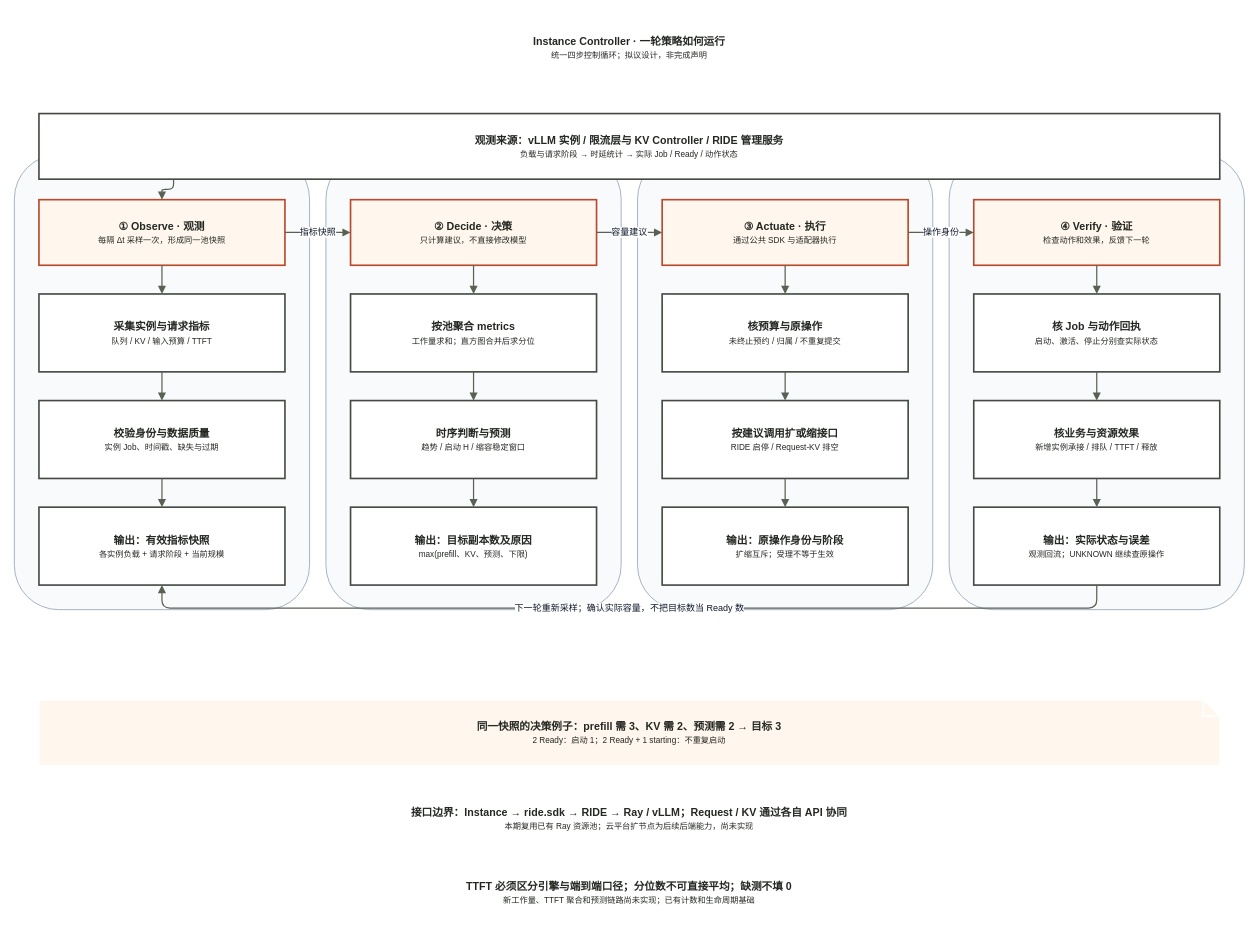
This is docs/rfcs/assets/0001-controller-workflow.drawio from vLLM-HUST/ride, a draw.io file, before an edit. Source tidied: cells renumbered, new cells numbered last; positions are measured from the earlier drawing's top-left corner, leaving out a move shared by most shapes. Both pictures are drawn from the tidied source at 82%, with x=0, y=0 at pixel (14, 15).
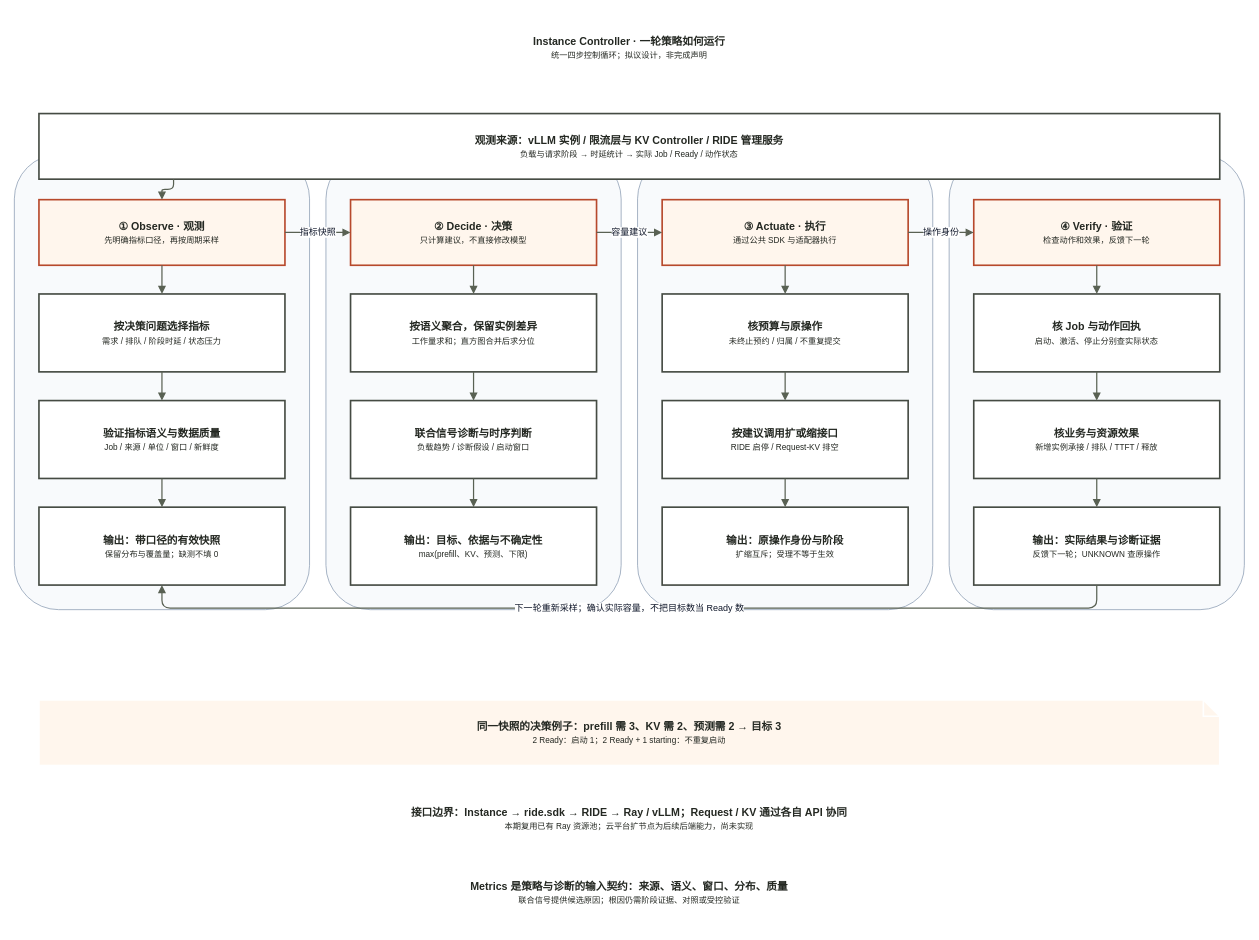
The same page after the edit.

Commit message (it also covers changes not shown here):
docs: make metrics contracts and evidence-based diagnosis central to autoscaling

What changed in the source:
```diff
@@
-    <mxCell id="8" value="&lt;b&gt;① Observe · 观测&lt;/b&gt;&lt;br&gt;&lt;font style=&quot;font-size:10px&quot;&gt;每隔 Δt 采样一次，形成同一池快照&lt;/font&gt;" style="whiteSpace=wrap;html=1;rounded=0;arcSize=12;fillColor=#fff6ed;strokeColor=#b7492c;strokeWidth=2;fontColor=#242822;fontSize=13;align=center;verticalAlign=middle;spacing=8;shape=rectangle;" parent="1" vertex="1">
+    <mxCell id="8" value="&lt;b&gt;① Observe · 观测&lt;/b&gt;&lt;br&gt;&lt;font style=&quot;font-size:10px&quot;&gt;先明确指标口径，再按周期采样&lt;/font&gt;" style="whiteSpace=wrap;html=1;rounded=0;arcSize=12;fillColor=#fff6ed;strokeColor=#b7492c;strokeWidth=2;fontColor=#242822;fontSize=13;align=center;verticalAlign=middle;spacing=8;shape=rectangle;" parent="1" vertex="1">
       <mxGeometry x="30" y="225" width="300" height="80" as="geometry" />
     </mxCell>
-    <mxCell id="9" value="&lt;b&gt;采集实例与请求指标&lt;/b&gt;&lt;br&gt;&lt;font style=&quot;font-size:10px&quot;&gt;队列 / KV / 输入预算 / TTFT&lt;/font&gt;" style="whiteSpace=wrap;html=1;rounded=0;arcSize=12;fillColor=#ffffff;strokeColor=#454b43;strokeWidth=2;fontColor=#242822;fontSize=13;align=center;verticalAlign=middle;spacing=8;shape=rectangle;" parent="1" vertex="1">
+    <mxCell id="9" value="&lt;b&gt;按决策问题选择指标&lt;/b&gt;&lt;br&gt;&lt;font style=&quot;font-size:10px&quot;&gt;需求 / 排队 / 阶段时延 / 状态压力&lt;/font&gt;" style="whiteSpace=wrap;html=1;rounded=0;arcSize=12;fillColor=#ffffff;strokeColor=#454b43;strokeWidth=2;fontColor=#242822;fontSize=13;align=center;verticalAlign=middle;spacing=8;shape=rectangle;" parent="1" vertex="1">
       <mxGeometry x="30" y="340" width="300" height="95" as="geometry" />
     </mxCell>
-    <mxCell id="10" value="&lt;b&gt;校验身份与数据质量&lt;/b&gt;&lt;br&gt;&lt;font style=&quot;font-size:10px&quot;&gt;实例 Job、时间戳、缺失与过期&lt;/font&gt;" style="whiteSpace=wrap;html=1;rounded=0;arcSize=12;fillColor=#ffffff;strokeColor=#454b43;strokeWidth=2;fontColor=#242822;fontSize=13;align=center;verticalAlign=middle;spacing=8;shape=rectangle;" parent="1" vertex="1">
+    <mxCell id="10" value="&lt;b&gt;验证指标语义与数据质量&lt;/b&gt;&lt;br&gt;&lt;font style=&quot;font-size:10px&quot;&gt;Job / 来源 / 单位 / 窗口 / 新鲜度&lt;/font&gt;" style="whiteSpace=wrap;html=1;rounded=0;arcSize=12;fillColor=#ffffff;strokeColor=#454b43;strokeWidth=2;fontColor=#242822;fontSize=13;align=center;verticalAlign=middle;spacing=8;shape=rectangle;" parent="1" vertex="1">
       <mxGeometry x="30" y="470" width="300" height="95" as="geometry" />
     </mxCell>
-    <mxCell id="11" value="&lt;b&gt;输出：有效指标快照&lt;/b&gt;&lt;br&gt;&lt;font style=&quot;font-size:10px&quot;&gt;各实例负载 + 请求阶段 + 当前规模&lt;/font&gt;" style="whiteSpace=wrap;html=1;rounded=0;arcSize=12;fillColor=#ffffff;strokeColor=#454b43;strokeWidth=2;fontColor=#242822;fontSize=13;align=center;verticalAlign=middle;spacing=8;shape=rectangle;" parent="1" vertex="1">
+    <mxCell id="11" value="&lt;b&gt;输出：带口径的有效快照&lt;/b&gt;&lt;br&gt;&lt;font style=&quot;font-size:10px&quot;&gt;保留分布与覆盖量；缺测不填 0&lt;/font&gt;" style="whiteSpace=wrap;html=1;rounded=0;arcSize=12;fillColor=#ffffff;strokeColor=#454b43;strokeWidth=2;fontColor=#242822;fontSize=13;align=center;verticalAlign=middle;spacing=8;shape=rectangle;" parent="1" vertex="1">
       <mxGeometry x="30" y="600" width="300" height="95" as="geometry" />
     </mxCell>
@@
-    <mxCell id="13" value="&lt;b&gt;按池聚合 metrics&lt;/b&gt;&lt;br&gt;&lt;font style=&quot;font-size:10px&quot;&gt;工作量求和；直方图合并后求分位&lt;/font&gt;" style="whiteSpace=wrap;html=1;rounded=0;arcSize=12;fillColor=#ffffff;strokeColor=#454b43;strokeWidth=2;fontColor=#242822;fontSize=13;align=center;verticalAlign=middle;spacing=8;shape=rectangle;" parent="1" vertex="1">
+    <mxCell id="13" value="&lt;b&gt;按语义聚合，保留实例差异&lt;/b&gt;&lt;br&gt;&lt;font style=&quot;font-size:10px&quot;&gt;工作量求和；直方图合并后求分位&lt;/font&gt;" style="whiteSpace=wrap;html=1;rounded=0;arcSize=12;fillColor=#ffffff;strokeColor=#454b43;strokeWidth=2;fontColor=#242822;fontSize=13;align=center;verticalAlign=middle;spacing=8;shape=rectangle;" parent="1" vertex="1">
       <mxGeometry x="410" y="340" width="300" height="95" as="geometry" />
     </mxCell>
-    <mxCell id="14" value="&lt;b&gt;时序判断与预测&lt;/b&gt;&lt;br&gt;&lt;font style=&quot;font-size:10px&quot;&gt;趋势 / 启动 H / 缩容稳定窗口&lt;/font&gt;" style="whiteSpace=wrap;html=1;rounded=0;arcSize=12;fillColor=#ffffff;strokeColor=#454b43;strokeWidth=2;fontColor=#242822;fontSize=13;align=center;verticalAlign=middle;spacing=8;shape=rectangle;" parent="1" vertex="1">
+    <mxCell id="14" value="&lt;b&gt;联合信号诊断与时序判断&lt;/b&gt;&lt;br&gt;&lt;font style=&quot;font-size:10px&quot;&gt;负载趋势 / 诊断假设 / 启动窗口&lt;/font&gt;" style="whiteSpace=wrap;html=1;rounded=0;arcSize=12;fillColor=#ffffff;strokeColor=#454b43;strokeWidth=2;fontColor=#242822;fontSize=13;align=center;verticalAlign=middle;spacing=8;shape=rectangle;" parent="1" vertex="1">
       <mxGeometry x="410" y="470" width="300" height="95" as="geometry" />
     </mxCell>
-    <mxCell id="15" value="&lt;b&gt;输出：目标副本数及原因&lt;/b&gt;&lt;br&gt;&lt;font style=&quot;font-size:10px&quot;&gt;max(prefill、KV、预测、下限)&lt;/font&gt;" style="whiteSpace=wrap;html=1;rounded=0;arcSize=12;fillColor=#ffffff;strokeColor=#454b43;strokeWidth=2;fontColor=#242822;fontSize=13;align=center;verticalAlign=middle;spacing=8;shape=rectangle;" parent="1" vertex="1">
+    <mxCell id="15" value="&lt;b&gt;输出：目标、依据与不确定性&lt;/b&gt;&lt;br&gt;&lt;font style=&quot;font-size:10px&quot;&gt;max(prefill、KV、预测、下限)&lt;/font&gt;" style="whiteSpace=wrap;html=1;rounded=0;arcSize=12;fillColor=#ffffff;strokeColor=#454b43;strokeWidth=2;fontColor=#242822;fontSize=13;align=center;verticalAlign=middle;spacing=8;shape=rectangle;" parent="1" vertex="1">
       <mxGeometry x="410" y="600" width="300" height="95" as="geometry" />
     </mxCell>
@@
-    <mxCell id="23" value="&lt;b&gt;输出：实际状态与误差&lt;/b&gt;&lt;br&gt;&lt;font style=&quot;font-size:10px&quot;&gt;观测回流；UNKNOWN 继续查原操作&lt;/font&gt;" style="whiteSpace=wrap;html=1;rounded=0;arcSize=12;fillColor=#ffffff;strokeColor=#454b43;strokeWidth=2;fontColor=#242822;fontSize=13;align=center;verticalAlign=middle;spacing=8;shape=rectangle;" parent="1" vertex="1">
+    <mxCell id="23" value="&lt;b&gt;输出：实际结果与诊断证据&lt;/b&gt;&lt;br&gt;&lt;font style=&quot;font-size:10px&quot;&gt;反馈下一轮；UNKNOWN 查原操作&lt;/font&gt;" style="whiteSpace=wrap;html=1;rounded=0;arcSize=12;fillColor=#ffffff;strokeColor=#454b43;strokeWidth=2;fontColor=#242822;fontSize=13;align=center;verticalAlign=middle;spacing=8;shape=rectangle;" parent="1" vertex="1">
       <mxGeometry x="1170" y="600" width="300" height="95" as="geometry" />
     </mxCell>
@@
-    <mxCell id="26" value="&lt;b&gt;TTFT 必须区分引擎与端到端口径；分位数不可直接平均；缺测不填 0&lt;/b&gt;&lt;br&gt;&lt;font style=&quot;font-size:10px&quot;&gt;新工作量、TTFT 聚合和预测链路尚未实现；已有计数和生命周期基础&lt;/font&gt;" style="whiteSpace=wrap;html=1;rounded=0;arcSize=12;fillColor=#ffffff;strokeColor=#ffffff;strokeWidth=2;fontColor=#242822;fontSize=13;align=center;verticalAlign=middle;spacing=8;shape=note;size=20;" parent="1" vertex="1">
+    <mxCell id="26" value="&lt;b&gt;Metrics 是策略与诊断的输入契约：来源、语义、窗口、分布、质量&lt;/b&gt;&lt;br&gt;&lt;font style=&quot;font-size:10px&quot;&gt;联合信号提供候选原因；根因仍需阶段证据、对照或受控验证&lt;/font&gt;" style="whiteSpace=wrap;html=1;rounded=0;arcSize=12;fillColor=#ffffff;strokeColor=#ffffff;strokeWidth=2;fontColor=#242822;fontSize=13;align=center;verticalAlign=middle;spacing=8;shape=note;size=20;" parent="1" vertex="1">
       <mxGeometry x="30" y="1030" width="1440" height="80" as="geometry" />
     </mxCell>
```
